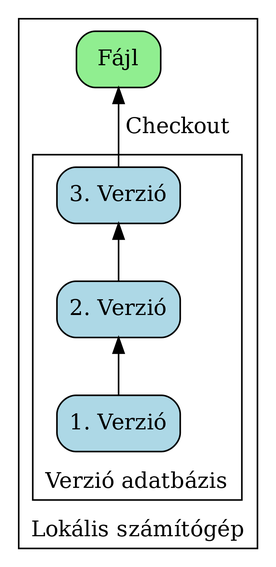
Earlier version of the Graphviz export 1_git/doc/graphs/git_1.png (basictask/Adatbanyaszat). Its source is kept beside it as 1_git/doc/graphs/git_1.dot.
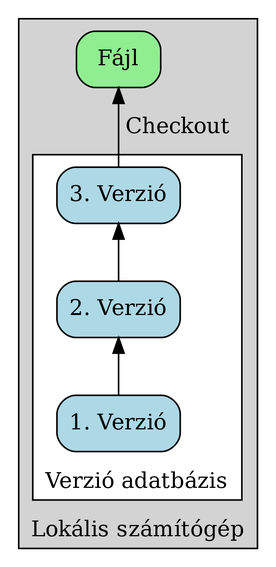
The same diagram one commit later.

The edit, as a diff of the source:
```diff
@@ -5,12 +5,16 @@
     subgraph cluster_1 {
         label="Lokális számítógép"
         labelloc="top"
+        style="filled"
+        fillcolor=""
 
         file [label="Fájl", shape="rect", style="rounded, filled", fillcolor="lightgreen"]
 
         subgraph cluster_2 {
             label="Verzió adatbázis"
             labelloc="top"
+            style="filled"
+            fillcolor="white"
 
             v1 [label="1. Verzió", shape="rect", style="rounded, filled", fillcolor="lightblue"]
             v2 [label="2. Verzió", shape="rect", style="rounded, filled", fillcolor="lightblue"]
```
